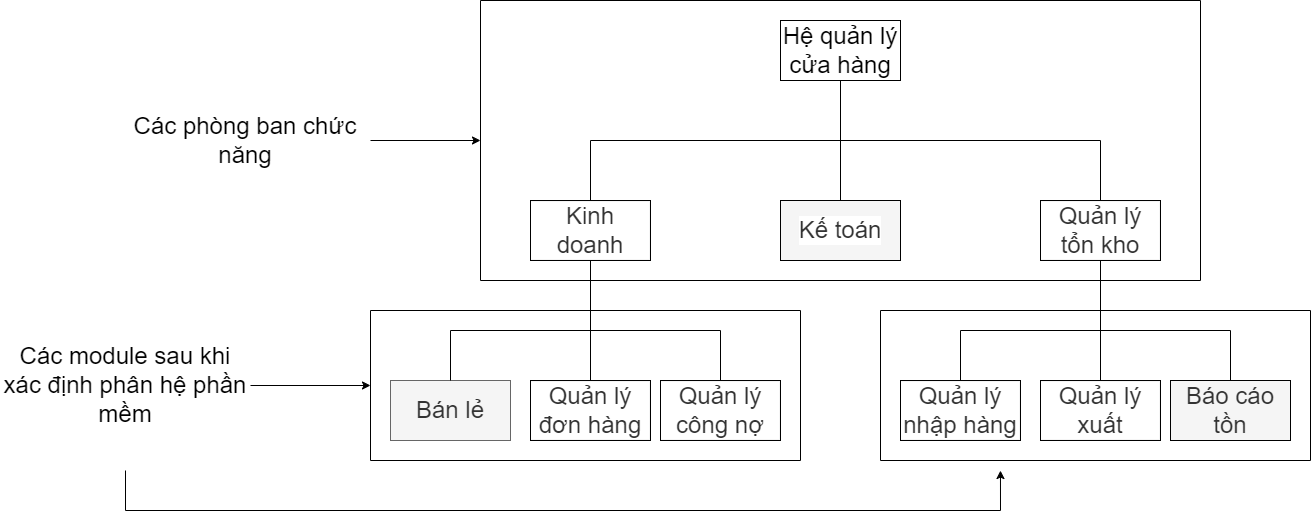
This is Chương 5b.png from datnham0212/learning, a draw.io export, as it was before one commit. Source tidied: cells renumbered, new cells last; positions are measured from the earlier drawing's top-left corner, leaving out a move shared by most shapes.
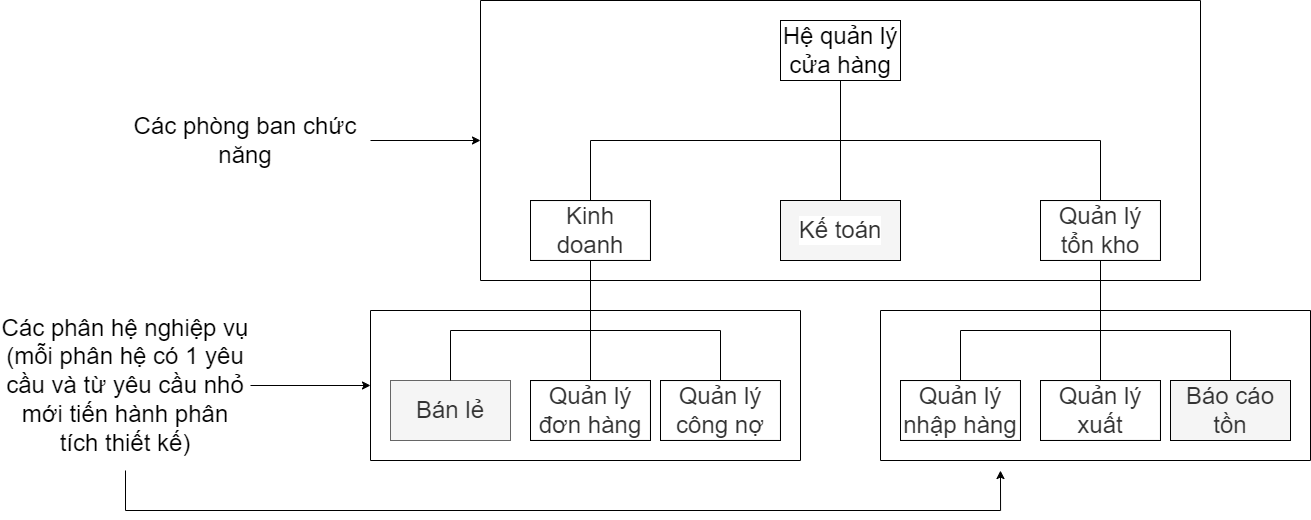
After the commit.

The edit, as a diff of the source:
```diff
@@ -128,7 +128,7 @@
         </Array>
       </mxGeometry>
     </mxCell>
-    <mxCell id="31" value="Các module sau khi xác định phân hệ phần mềm" style="text;html=1;strokeColor=none;fillColor=none;align=center;verticalAlign=middle;whiteSpace=wrap;rounded=0;fontSize=24;" parent="1" vertex="1">
+    <mxCell id="31" value="Các phân hệ nghiệp vụ&lt;br&gt;(mỗi phân hệ có 1 yêu cầu và từ yêu cầu nhỏ mới tiến hành phân tích thiết kế)" style="text;html=1;strokeColor=none;fillColor=none;align=center;verticalAlign=middle;whiteSpace=wrap;rounded=0;fontSize=24;" parent="1" vertex="1">
       <mxGeometry y="300" width="250" height="170" as="geometry" />
     </mxCell>
   </root>
```
